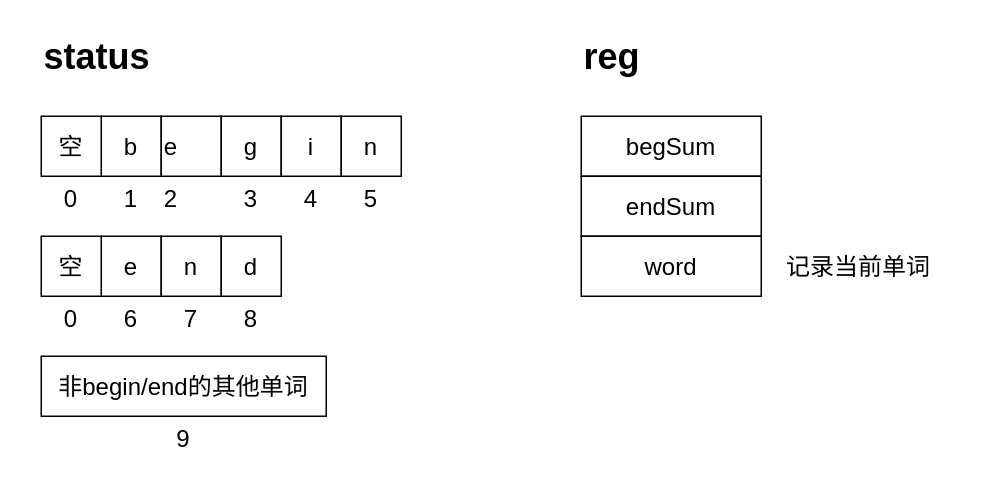
The draw.io diagram CO_P1_BlockChecker.drawio in tsai-shiyuan/drawioPic, before the edit. Source tidied: cells renumbered, new cells numbered last; positions are measured from the earlier drawing's top-left corner, leaving out a move shared by most shapes. Both pictures are drawn from the tidied source at 150%, with x=0, y=0 at pixel (26, 26).
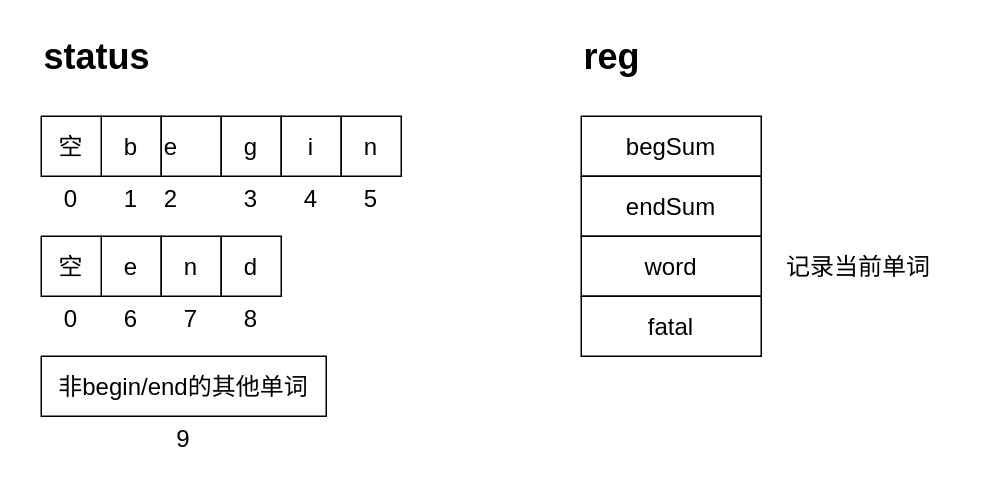
The same page after the edit.

Change to the diagram source:
```diff
@@
+    <mxCell id="30" value="fatal" style="rounded=0;whiteSpace=wrap;html=1;fontSize=16;" parent="1" vertex="1">
+      <mxGeometry x="370" y="180" width="120" height="40" as="geometry" />
+    </mxCell>
```
